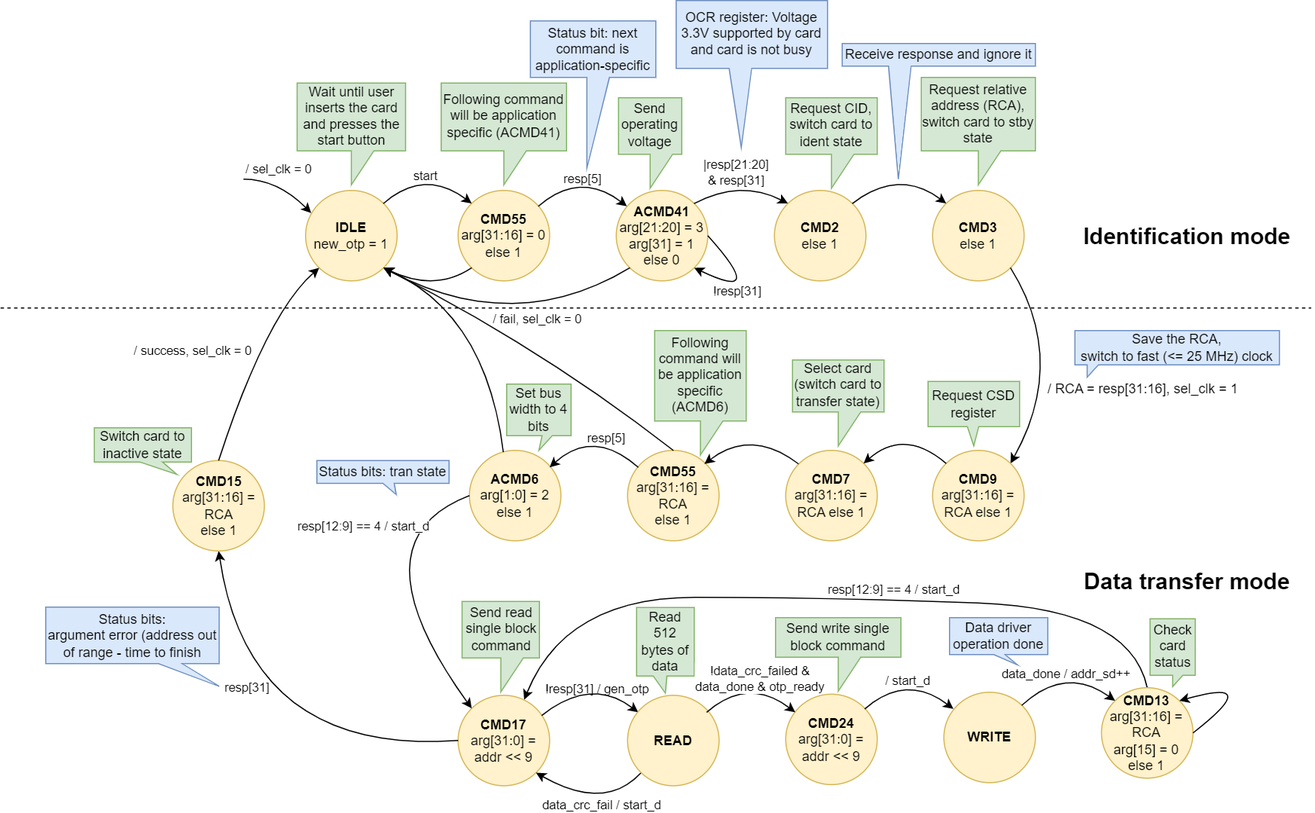
Before: docs/SD/SD_fpga_states.png, a diagram exported from draw.io (sirazenkov/GhostSD). Source tidied: cells renumbered, new cells last; positions are measured from the earlier drawing's top-left corner, leaving out a move shared by most shapes.
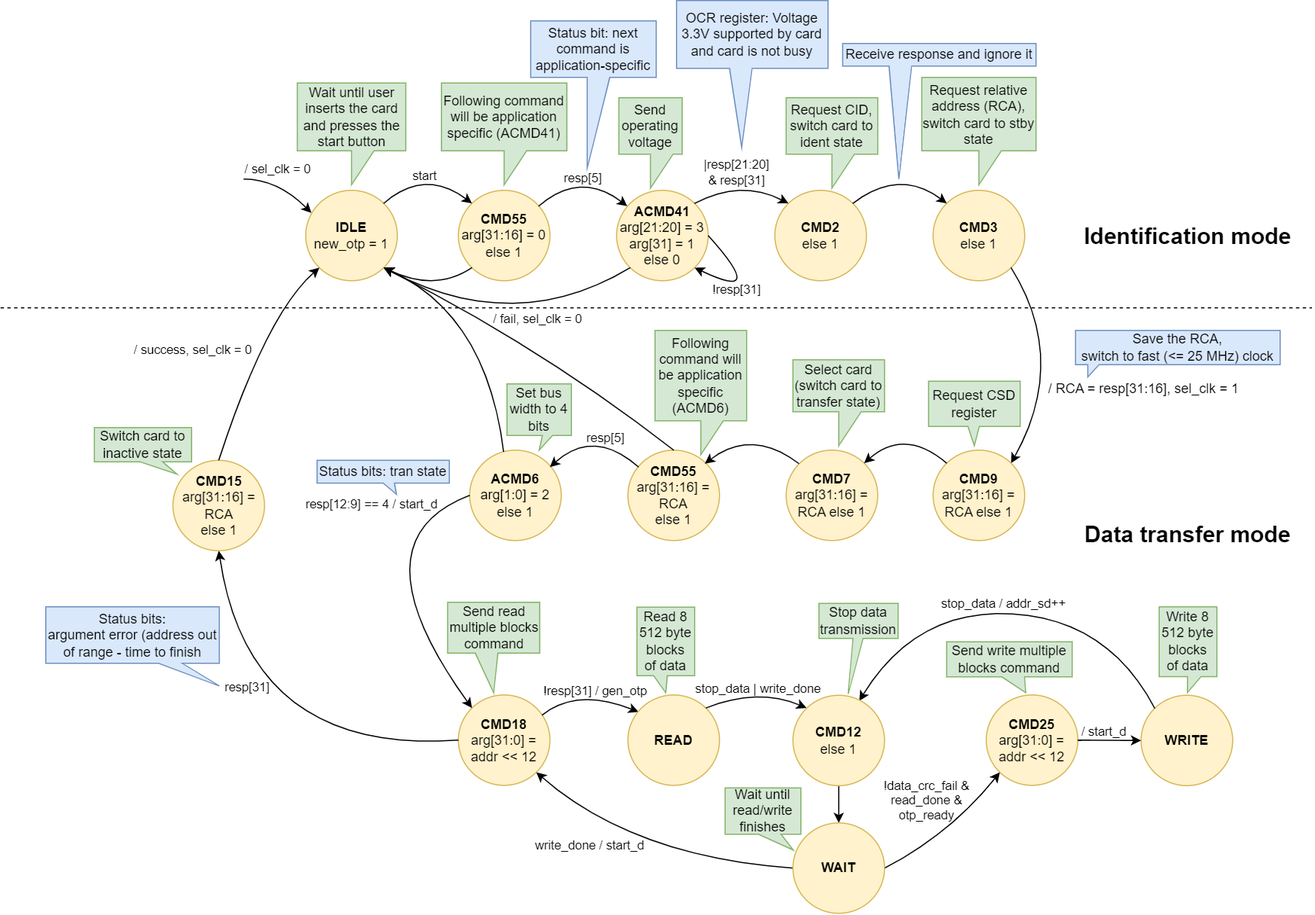
After the commit.

Commit message:
Switched to multiple block read/write

The edit, as a diff of the source:
```diff
@@ -125,7 +125,7 @@
         <mxPoint x="19" y="-10" as="offset" />
       </mxGeometry>
     </mxCell>
-    <mxCell id="25" value="&lt;b&gt;CMD17&lt;/b&gt;&lt;br&gt;arg[31:0] = addr &amp;lt;&amp;lt; 9" style="ellipse;whiteSpace=wrap;html=1;fillColor=#fff2cc;strokeColor=#d6b656;" parent="1" vertex="1">
+    <mxCell id="25" value="&lt;b&gt;CMD18&lt;/b&gt;&lt;br&gt;arg[31:0] = addr &amp;lt;&amp;lt; 12" style="ellipse;whiteSpace=wrap;html=1;fillColor=#fff2cc;strokeColor=#d6b656;" parent="1" vertex="1">
       <mxGeometry x="405" y="614.7" width="81" height="80" as="geometry" />
     </mxCell>
     <mxCell id="26" style="curved=1;endArrow=none;html=1;rounded=0;exitX=0;exitY=0;exitDx=0;exitDy=0;startArrow=classic;startFill=1;endFill=0;entryX=0;entryY=0.5;entryDx=0;entryDy=0;" parent="1" edge="1" source="25" target="22">
@@ -140,34 +140,32 @@
         <mxPoint x="6" y="-26" as="offset" />
       </mxGeometry>
     </mxCell>
-    <mxCell id="28" value="&lt;b&gt;CMD24&lt;/b&gt;&lt;br&gt;arg[31:0] = addr &amp;lt;&amp;lt; 9" style="ellipse;whiteSpace=wrap;html=1;fillColor=#fff2cc;strokeColor=#d6b656;" parent="1" vertex="1">
-      <mxGeometry x="695" y="613.7" width="81" height="80" as="geometry" />
+    <mxCell id="28" value="&lt;b&gt;CMD25&lt;/b&gt;&lt;br&gt;arg[31:0] = addr &amp;lt;&amp;lt; 12" style="ellipse;whiteSpace=wrap;html=1;fillColor=#fff2cc;strokeColor=#d6b656;" parent="1" vertex="1">
+      <mxGeometry x="872" y="614.7" width="81" height="80" as="geometry" />
     </mxCell>
     <mxCell id="29" style="curved=1;endArrow=classic;html=1;rounded=0;entryX=0;entryY=0;entryDx=0;entryDy=0;exitX=0.913;exitY=0.223;exitDx=0;exitDy=0;exitPerimeter=0;" parent="1" edge="1" source="25">
       <mxGeometry relative="1" as="geometry">
         <mxPoint x="564.4" y="629.7" as="targetPoint" />
         <Array as="points">
-          <mxPoint x="522.7" y="598" />
+          <mxPoint x="510" y="608" />
         </Array>
       </mxGeometry>
     </mxCell>
     <mxCell id="30" value="!resp[31] / gen_otp" style="edgeLabel;html=1;align=center;verticalAlign=middle;labelBackgroundColor=none;" parent="29" vertex="1">
       <mxGeometry x="-0.37" y="-7" relative="1" as="geometry">
-        <mxPoint x="17" y="-10" as="offset" />
+        <mxPoint x="17" y="-8" as="offset" />
       </mxGeometry>
     </mxCell>
-    <mxCell id="31" style="curved=1;endArrow=classic;html=1;rounded=0;entryX=0.722;entryY=0.049;entryDx=0;entryDy=0;exitX=0.5;exitY=0;exitDx=0;exitDy=0;entryPerimeter=0;" parent="1" edge="1" source="74" target="25">
+    <mxCell id="31" style="curved=1;endArrow=classic;html=1;rounded=0;entryX=1;entryY=1;entryDx=0;entryDy=0;exitX=0;exitY=0.5;exitDx=0;exitDy=0;" parent="1" edge="1" source="91" target="25">
       <mxGeometry relative="1" as="geometry">
         <Array as="points">
-          <mxPoint x="1000" y="538" />
-          <mxPoint x="730" y="528" />
-          <mxPoint x="500" y="528" />
+          <mxPoint x="560" y="758" />
         </Array>
       </mxGeometry>
     </mxCell>
-    <mxCell id="32" value="&amp;nbsp;resp[12:9] == 4 / start_d" style="edgeLabel;html=1;align=center;verticalAlign=middle;" parent="31" vertex="1">
+    <mxCell id="32" value="write_done / start_d" style="edgeLabel;html=1;align=center;verticalAlign=middle;" parent="31" vertex="1">
       <mxGeometry x="-0.22" y="13" relative="1" as="geometry">
-        <mxPoint x="-23" y="-24" as="offset" />
+        <mxPoint x="-81" y="-27" as="offset" />
       </mxGeometry>
     </mxCell>
     <mxCell id="33" style="curved=1;endArrow=classic;html=1;rounded=0;exitX=0;exitY=0.5;exitDx=0;exitDy=0;entryX=0.5;entryY=1;entryDx=0;entryDy=0;" parent="1" edge="1" source="25" target="35">
@@ -229,11 +227,11 @@
         </Array>
       </mxGeometry>
     </mxCell>
-    <mxCell id="44" value="Send read single block command" style="shape=callout;whiteSpace=wrap;html=1;perimeter=calloutPerimeter;fillColor=#d5e8d4;strokeColor=#82b366;" parent="1" vertex="1">
-      <mxGeometry x="408.5" y="531.7" width="68.5" height="80" as="geometry" />
+    <mxCell id="44" value="Send read multiple blocks command" style="shape=callout;whiteSpace=wrap;html=1;perimeter=calloutPerimeter;fillColor=#d5e8d4;strokeColor=#82b366;size=35;position=0.3;" parent="1" vertex="1">
+      <mxGeometry x="395.5" y="532.7" width="81.5" height="80" as="geometry" />
     </mxCell>
-    <mxCell id="45" value="Send write single block command" style="shape=callout;whiteSpace=wrap;html=1;perimeter=calloutPerimeter;fillColor=#d5e8d4;strokeColor=#82b366;" parent="1" vertex="1">
-      <mxGeometry x="686" y="546" width="111" height="65" as="geometry" />
+    <mxCell id="45" value="Send write multiple blocks command" style="shape=callout;whiteSpace=wrap;html=1;perimeter=calloutPerimeter;fillColor=#d5e8d4;strokeColor=#82b366;size=14;position=0.44;position2=0.63;" parent="1" vertex="1">
+      <mxGeometry x="837" y="567.7" width="111" height="45" as="geometry" />
     </mxCell>
     <mxCell id="46" value="Switch card to inactive state" style="shape=callout;whiteSpace=wrap;html=1;perimeter=calloutPerimeter;fillColor=#d5e8d4;strokeColor=#82b366;position2=0.85;base=20;size=11;position=0.47;" parent="1" vertex="1">
       <mxGeometry x="83" y="378" width="86" height="41.2" as="geometry" />
@@ -263,7 +261,7 @@
       <mxGeometry x="955" y="193" width="191" height="30" as="geometry" />
     </mxCell>
     <mxCell id="54" value="&lt;font style=&quot;font-size: 20px;&quot;&gt;&lt;b&gt;Data transfer mode&lt;/b&gt;&lt;/font&gt;" style="text;html=1;strokeColor=none;fillColor=none;align=center;verticalAlign=middle;whiteSpace=wrap;rounded=0;labelBackgroundColor=none;" parent="1" vertex="1">
-      <mxGeometry x="955" y="498" width="191" height="30" as="geometry" />
+      <mxGeometry x="955" y="457" width="191" height="30" as="geometry" />
     </mxCell>
     <mxCell id="55" value="Request CSD register" style="shape=callout;whiteSpace=wrap;html=1;perimeter=calloutPerimeter;fillColor=#d5e8d4;strokeColor=#82b366;size=17;position=0.43;base=10;" parent="1" vertex="1">
       <mxGeometry x="821" y="337" width="81" height="57" as="geometry" />
@@ -286,56 +284,34 @@
     <mxCell id="61" value="Status bits:&lt;br&gt;argument error (address out of range - time to finish" style="shape=callout;whiteSpace=wrap;html=1;perimeter=calloutPerimeter;fillColor=#dae8fc;strokeColor=#6c8ebf;size=20;position=0.65;position2=1;base=21;" parent="1" vertex="1">
       <mxGeometry x="40" y="536.7" width="153.5" height="70" as="geometry" />
     </mxCell>
-    <mxCell id="62" style="curved=1;endArrow=classic;html=1;rounded=0;exitX=0;exitY=1;exitDx=0;exitDy=0;entryX=1;entryY=1;entryDx=0;entryDy=0;" parent="1" edge="1" source="65" target="25">
-      <mxGeometry relative="1" as="geometry">
-        <Array as="points">
-          <mxPoint x="535" y="718" />
-        </Array>
-      </mxGeometry>
-    </mxCell>
-    <mxCell id="63" value="data_crc_fail / start_d" style="edgeLabel;html=1;align=center;verticalAlign=middle;" parent="62" vertex="1">
-      <mxGeometry x="-0.59" y="-2" relative="1" as="geometry">
-        <mxPoint x="-18" y="11" as="offset" />
-      </mxGeometry>
-    </mxCell>
-    <mxCell id="64" value="Read 512 bytes of data" style="shape=callout;whiteSpace=wrap;html=1;perimeter=calloutPerimeter;fillColor=#d5e8d4;strokeColor=#82b366;size=15;position=0.29;base=12;" parent="1" vertex="1">
+    <mxCell id="64" value="Read 8 512 byte&lt;br&gt;&amp;nbsp;blocks&amp;nbsp; of data" style="shape=callout;whiteSpace=wrap;html=1;perimeter=calloutPerimeter;fillColor=#d5e8d4;strokeColor=#82b366;size=15;position=0.29;base=12;" parent="1" vertex="1">
       <mxGeometry x="563" y="537" width="51" height="75.7" as="geometry" />
     </mxCell>
     <mxCell id="65" value="&lt;b&gt;READ&lt;/b&gt;" style="ellipse;whiteSpace=wrap;html=1;fillColor=#fff2cc;strokeColor=#d6b656;" parent="1" vertex="1">
       <mxGeometry x="555" y="614.7" width="81" height="80" as="geometry" />
     </mxCell>
     <mxCell id="66" value="&lt;b&gt;WRITE&lt;/b&gt;" style="ellipse;whiteSpace=wrap;html=1;fillColor=#fff2cc;strokeColor=#d6b656;" parent="1" vertex="1">
-      <mxGeometry x="835" y="612" width="81" height="80" as="geometry" />
+      <mxGeometry x="1009" y="615" width="81" height="80" as="geometry" />
     </mxCell>
-    <mxCell id="67" style="curved=1;endArrow=classic;html=1;rounded=0;entryX=0;entryY=0;entryDx=0;entryDy=0;exitX=1;exitY=0;exitDx=0;exitDy=0;" parent="1" edge="1">
+    <mxCell id="67" style="curved=1;endArrow=classic;html=1;rounded=0;entryX=0;entryY=0;entryDx=0;entryDy=0;exitX=1;exitY=0;exitDx=0;exitDy=0;" parent="1" edge="1" source="65">
       <mxGeometry relative="1" as="geometry">
-        <mxPoint x="625" y="629.7" as="sourcePoint" />
-        <mxPoint x="703.4" y="629.7" as="targetPoint" />
+        <mxPoint x="713" y="626.3" as="targetPoint" />
         <Array as="points">
-          <mxPoint x="661.7" y="598" />
+          <mxPoint x="670" y="608" />
         </Array>
       </mxGeometry>
     </mxCell>
-    <mxCell id="68" value="!data_crc_failed &amp;amp;&lt;br&gt;data_done &amp;amp; otp_ready" style="edgeLabel;html=1;align=center;verticalAlign=middle;" parent="67" vertex="1">
-      <mxGeometry x="-0.37" y="-7" relative="1" as="geometry">
-        <mxPoint x="18" y="-16" as="offset" />
-      </mxGeometry>
-    </mxCell>
-    <mxCell id="69" value="Check card status" style="shape=callout;whiteSpace=wrap;html=1;perimeter=calloutPerimeter;fillColor=#d5e8d4;strokeColor=#82b366;size=10;position=0.5;base=9;position2=0.5;" parent="1" vertex="1">
-      <mxGeometry x="1017.5" y="547" width="40" height="60" as="geometry" />
-    </mxCell>
+    <mxCell id="82" value="stop_data | write_done" style="edgeLabel;html=1;align=center;verticalAlign=middle;" parent="67" vertex="1">
+      <mxGeometry x="-0.04" y="-7" relative="1" as="geometry">
+        <mxPoint y="-8" as="offset" />
+      </mxGeometry>
+    </mxCell>
-    <mxCell id="70" style="curved=1;endArrow=classic;html=1;rounded=0;entryX=0;entryY=0;entryDx=0;entryDy=0;exitX=1;exitY=0;exitDx=0;exitDy=0;" parent="1" edge="1">
-      <mxGeometry relative="1" as="geometry">
-        <mxPoint x="765" y="626.7" as="sourcePoint" />
-        <mxPoint x="843.4" y="626.7" as="targetPoint" />
-        <Array as="points">
-          <mxPoint x="801.7" y="595" />
-        </Array>
-      </mxGeometry>
+    <mxCell id="70" style="curved=1;endArrow=classic;html=1;rounded=0;entryX=0;entryY=0.5;entryDx=0;entryDy=0;exitX=1;exitY=0.5;exitDx=0;exitDy=0;" parent="1" edge="1" source="28" target="66">
+      <mxGeometry relative="1" as="geometry" />
     </mxCell>
     <mxCell id="71" value="/ start_d" style="edgeLabel;html=1;align=center;verticalAlign=middle;" parent="70" vertex="1">
       <mxGeometry x="0.14" y="-10" relative="1" as="geometry">
-        <mxPoint x="-1" y="-8" as="offset" />
+        <mxPoint x="-9" y="-19" as="offset" />
       </mxGeometry>
     </mxCell>
     <mxCell id="72" style="curved=1;endArrow=classic;html=1;rounded=0;entryX=1;entryY=1;entryDx=0;entryDy=0;exitX=1;exitY=0.5;exitDx=0;exitDy=0;" parent="1" edge="1" source="8" target="8">
@@ -350,31 +326,6 @@
         <mxPoint x="-20" y="18" as="offset" />
       </mxGeometry>
     </mxCell>
-    <mxCell id="74" value="&lt;b&gt;CMD13&lt;/b&gt;&lt;br&gt;arg[31:16] = RCA&lt;br&gt;arg[15] = 0&lt;br&gt;else 1" style="ellipse;whiteSpace=wrap;html=1;fillColor=#fff2cc;strokeColor=#d6b656;" parent="1" vertex="1">
-      <mxGeometry x="974.5" y="608" width="81" height="80" as="geometry" />
-    </mxCell>
-    <mxCell id="75" style="curved=1;endArrow=classic;html=1;rounded=0;entryX=0;entryY=0;entryDx=0;entryDy=0;exitX=1;exitY=0;exitDx=0;exitDy=0;" parent="1" edge="1" source="66" target="74">
-      <mxGeometry relative="1" as="geometry">
-        <Array as="points">
-          <mxPoint x="942.7" y="588" />
-        </Array>
-      </mxGeometry>
-    </mxCell>
-    <mxCell id="76" value="data_done / addr_sd++" style="edgeLabel;html=1;align=center;verticalAlign=middle;" parent="75" vertex="1">
-      <mxGeometry x="0.14" y="-10" relative="1" as="geometry">
-        <mxPoint x="-1" y="-6" as="offset" />
-      </mxGeometry>
-    </mxCell>
-    <mxCell id="77" style="curved=1;endArrow=classic;html=1;rounded=0;entryX=1;entryY=0;entryDx=0;entryDy=0;exitX=1;exitY=0.5;exitDx=0;exitDy=0;" parent="1" edge="1" source="74" target="74">
-      <mxGeometry relative="1" as="geometry">
-        <Array as="points">
-          <mxPoint x="1120" y="598" />
-        </Array>
-      </mxGeometry>
-    </mxCell>
-    <mxCell id="78" value="Data driver operation done" style="shape=callout;whiteSpace=wrap;html=1;perimeter=calloutPerimeter;fillColor=#dae8fc;strokeColor=#6c8ebf;size=9;position=0.45;position2=0.69;base=10;" parent="1" vertex="1">
-      <mxGeometry x="840" y="546" width="87" height="41.7" as="geometry" />
-    </mxCell>
     <mxCell id="79" value="&lt;b&gt;CMD9&lt;/b&gt;&lt;br&gt;arg[31:16] = RCA else 1" style="ellipse;whiteSpace=wrap;html=1;fillColor=#fff2cc;strokeColor=#d6b656;" parent="1" vertex="1">
       <mxGeometry x="825" y="398" width="81" height="80" as="geometry" />
     </mxCell>
@@ -388,5 +339,49 @@
     <mxCell id="81" value="Select card&lt;br&gt;(switch card to transfer state)" style="shape=callout;whiteSpace=wrap;html=1;perimeter=calloutPerimeter;fillColor=#d5e8d4;strokeColor=#82b366;" parent="1" vertex="1">
       <mxGeometry x="701" y="318" width="81" height="76" as="geometry" />
     </mxCell>
+    <mxCell id="83" style="curved=1;endArrow=none;html=1;rounded=0;exitX=0;exitY=1;exitDx=0;exitDy=0;entryX=1;entryY=0.5;entryDx=0;entryDy=0;startArrow=classic;startFill=1;endFill=0;" parent="1" edge="1" source="28" target="91">
+      <mxGeometry relative="1" as="geometry">
+        <Array as="points">
+          <mxPoint x="840" y="738" />
+        </Array>
+      </mxGeometry>
+    </mxCell>
+    <mxCell id="84" value="!data_crc_fail &amp;amp;&lt;br style=&quot;border-color: var(--border-color);&quot;&gt;read_done &amp;amp; &lt;br&gt;otp_ready" style="edgeLabel;html=1;align=center;verticalAlign=middle;labelBackgroundColor=none;" parent="83" vertex="1">
+      <mxGeometry x="-0.33" y="2" relative="1" as="geometry">
+        <mxPoint x="-39" y="-13" as="offset" />
+      </mxGeometry>
+    </mxCell>
+    <mxCell id="85" style="curved=1;endArrow=classic;html=1;rounded=0;entryX=0.724;entryY=0.066;entryDx=0;entryDy=0;exitX=0;exitY=0;exitDx=0;exitDy=0;entryPerimeter=0;" parent="1" edge="1" source="66">
+      <mxGeometry relative="1" as="geometry">
+        <mxPoint x="759.6" y="620" as="targetPoint" />
+        <Array as="points">
+          <mxPoint x="980" y="548" />
+          <mxPoint x="810" y="538" />
+        </Array>
+      </mxGeometry>
+    </mxCell>
+    <mxCell id="86" value="stop_data / addr_sd++" style="edgeLabel;html=1;align=center;verticalAlign=middle;" parent="85" vertex="1">
+      <mxGeometry x="0.14" y="-10" relative="1" as="geometry">
+        <mxPoint x="20" y="2" as="offset" />
+      </mxGeometry>
+    </mxCell>
+    <mxCell id="87" value="Stop data transmission" style="shape=callout;whiteSpace=wrap;html=1;perimeter=calloutPerimeter;fillColor=#d5e8d4;strokeColor=#82b366;size=49;position=0.43;position2=0.37;base=9;" parent="1" vertex="1">
+      <mxGeometry x="724" y="533.7" width="70" height="80" as="geometry" />
+    </mxCell>
+    <mxCell id="88" value="Write 8 512 byte&lt;br&gt;&amp;nbsp;blocks&amp;nbsp; of data" style="shape=callout;whiteSpace=wrap;html=1;perimeter=calloutPerimeter;fillColor=#d5e8d4;strokeColor=#82b366;size=14;position=0.49;base=12;position2=0.49;" parent="1" vertex="1">
+      <mxGeometry x="1025" y="536.7" width="51" height="75.7" as="geometry" />
+    </mxCell>
+    <mxCell id="89" style="edgeStyle=orthogonalEdgeStyle;rounded=0;jettySize=auto;html=1;entryX=0.5;entryY=0;entryDx=0;entryDy=0;" parent="1" edge="1" source="90" target="91">
+      <mxGeometry relative="1" as="geometry" />
+    </mxCell>
+    <mxCell id="90" value="&lt;b&gt;CMD12&lt;/b&gt;&lt;br&gt;else 1" style="ellipse;whiteSpace=wrap;html=1;fillColor=#fff2cc;strokeColor=#d6b656;" parent="1" vertex="1">
+      <mxGeometry x="701" y="615" width="81" height="80" as="geometry" />
+    </mxCell>
+    <mxCell id="91" value="&lt;b&gt;WAIT&lt;/b&gt;" style="ellipse;whiteSpace=wrap;html=1;fillColor=#fff2cc;strokeColor=#d6b656;" parent="1" vertex="1">
+      <mxGeometry x="701" y="728" width="81" height="80" as="geometry" />
+    </mxCell>
+    <mxCell id="92" value="Wait until read/write finishes" style="shape=callout;whiteSpace=wrap;html=1;perimeter=calloutPerimeter;fillColor=#d5e8d4;strokeColor=#82b366;size=14;position=0.44;position2=0.9;" parent="1" vertex="1">
+      <mxGeometry x="641" y="697" width="67" height="55" as="geometry" />
+    </mxCell>
   </root>
 </mxGraphModel>
```
